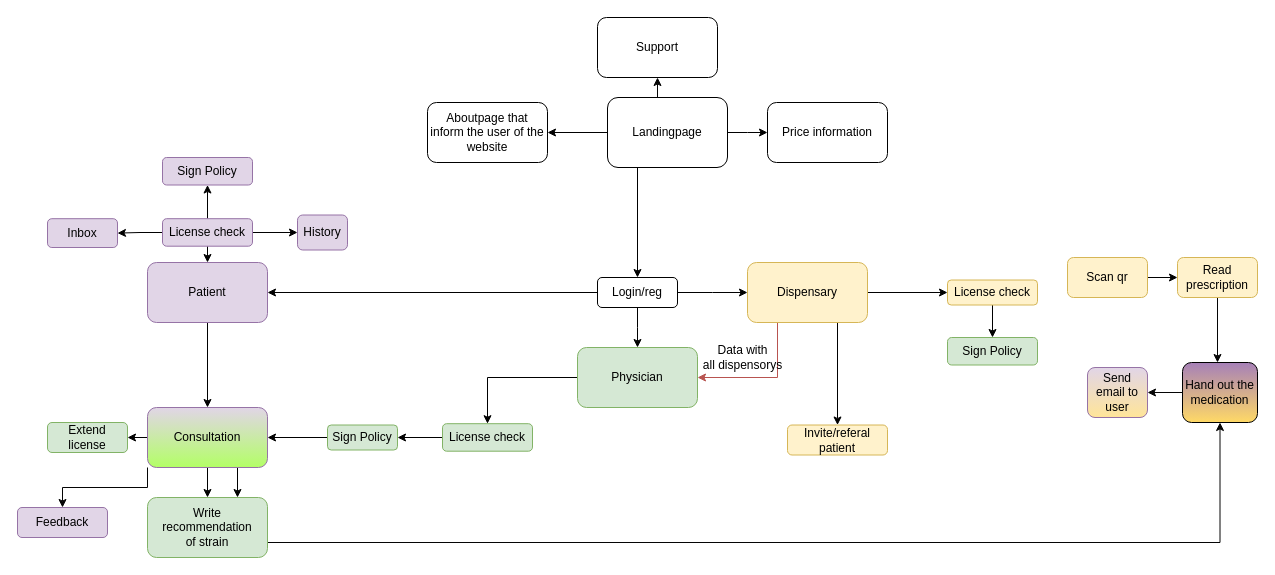
This is page "Candis" (2 of 15) of docs/gettingstarted/flowchat/carelyoflowchat.drawio from devopsw18/docs, a draw.io file, before an edit. Source tidied: cells renumbered, new cells numbered last; positions are measured from the earlier drawing's top-left corner, leaving out a move shared by most shapes. Both pictures are drawn from the tidied source at 100%, with x=0, y=0 at pixel (17, 17).
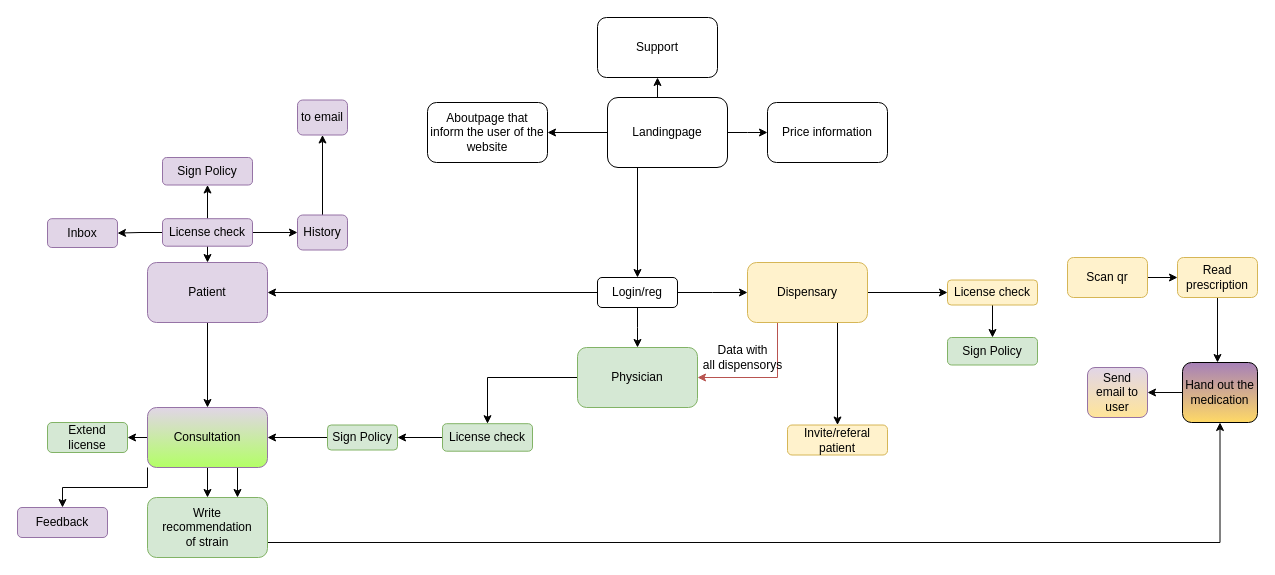
The same page after the edit.

The change refers to these unchanged cells:
```xml
<mxCell id="39" value="History" style="rounded=1;whiteSpace=wrap;html=1;fillColor=#e1d5e7;strokeColor=#9673a6;" parent="1" vertex="1">
  <mxGeometry x="280" y="197.5" width="50" height="35" as="geometry" />
</mxCell>
```

Diff of the diagram source:
```diff
@@
+    <mxCell id="55" style="edgeStyle=orthogonalEdgeStyle;rounded=0;jettySize=auto;html=1;" parent="1" edge="1" source="39" target="56">
+      <mxGeometry relative="1" as="geometry" />
+    </mxCell>
@@
+    <mxCell id="56" value="to email" style="rounded=1;whiteSpace=wrap;html=1;fillColor=#e1d5e7;strokeColor=#9673a6;" parent="1" vertex="1">
+      <mxGeometry x="280" y="82.5" width="50" height="35" as="geometry" />
+    </mxCell>
```
